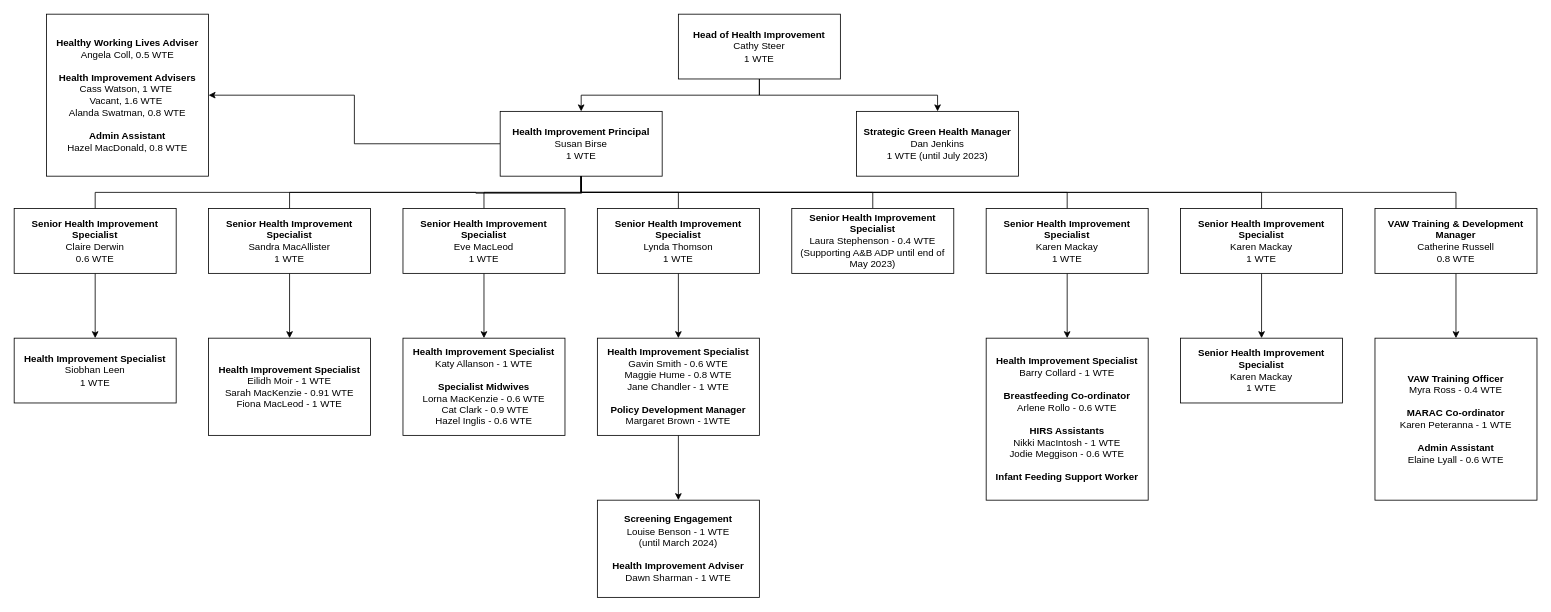
The draw.io diagram Untitled Diagram.drawio in barrycollard/staffOrgChart, before the edit. Source tidied: cells renumbered, new cells numbered last; positions are measured from the earlier drawing's top-left corner, leaving out a move shared by most shapes. Both pictures are drawn from the tidied source at 81%, with x=0, y=0 at pixel (14, 14).
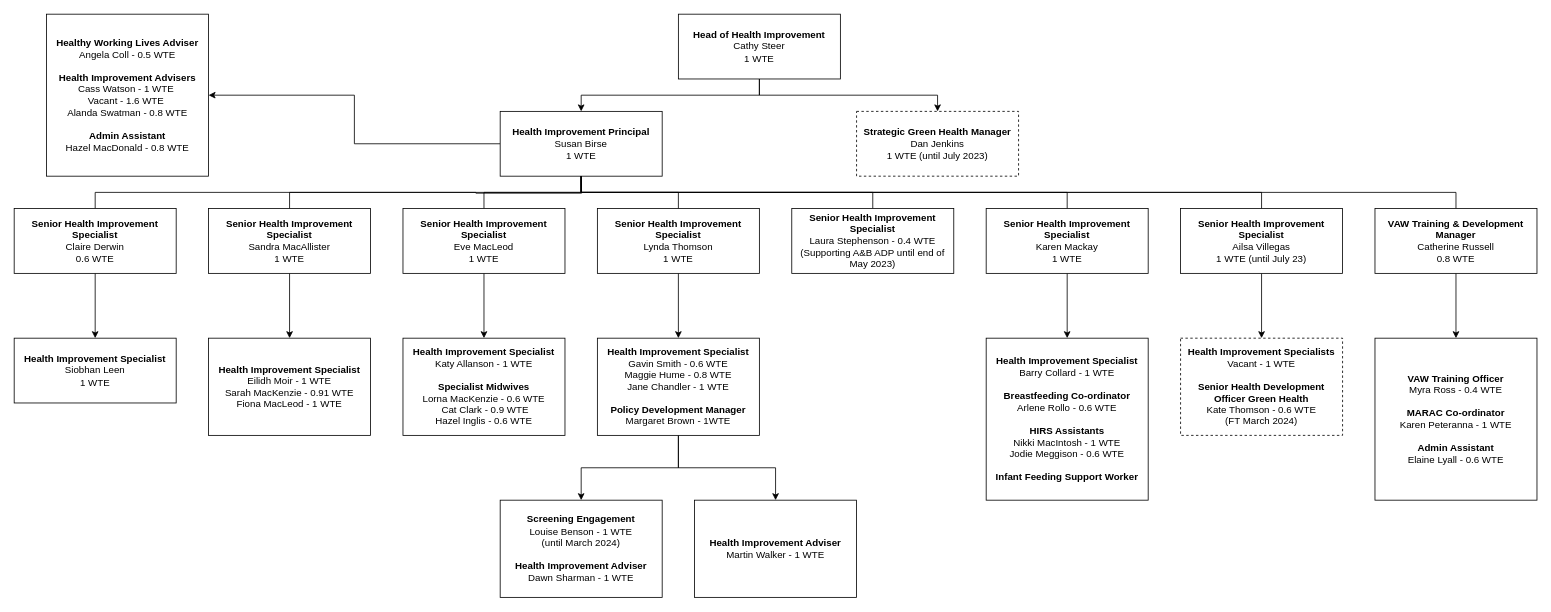
Above is the later version.

Commit message:
All nodes added

Unchanged cells that the change refers to:
```xml
<mxCell id="30" value="&lt;div&gt;&lt;b&gt;Health Improvement Specialist&lt;/b&gt;&lt;/div&gt;&lt;div&gt;Gavin Smith - 0.6 WTE&lt;/div&gt;&lt;div&gt;Maggie Hume - 0.8 WTE&lt;/div&gt;&lt;div&gt;Jane Chandler - 1 WTE&lt;/div&gt;&lt;div&gt;&lt;b&gt;&lt;br&gt;&lt;/b&gt;&lt;/div&gt;&lt;div&gt;&lt;b&gt;Policy Development Manager&lt;/b&gt;&lt;/div&gt;&lt;div&gt;Margaret Brown - 1WTE&lt;/div&gt;" style="rounded=0;whiteSpace=wrap;html=1;" parent="1" vertex="1">
  <mxGeometry x="720" y="400" width="200" height="120" as="geometry" />
</mxCell>
```

What changed in the source:
```diff
@@
-    <mxCell id="7" value="&lt;b&gt;Strategic Green Health Manager&lt;br&gt;&lt;/b&gt;Dan Jenkins&lt;br&gt;1 WTE (until July 2023)" style="rounded=0;whiteSpace=wrap;html=1;align=center;" parent="1" vertex="1">
+    <mxCell id="7" value="&lt;b&gt;Strategic Green Health Manager&lt;br&gt;&lt;/b&gt;Dan Jenkins&lt;br&gt;1 WTE (until July 2023)" style="rounded=0;whiteSpace=wrap;html=1;align=center;dashed=1;" parent="1" vertex="1">
       <mxGeometry x="1040" y="120" width="200" height="80" as="geometry" />
     </mxCell>
-    <mxCell id="8" value="&lt;div&gt;&lt;b&gt;Healthy Working Lives Adviser&lt;/b&gt;&lt;/div&gt;&lt;div&gt;Angela Coll, 0.5 WTE&lt;/div&gt;&lt;div&gt;&lt;br&gt;&lt;/div&gt;&lt;div&gt;&lt;b&gt;Health Improvement Advisers&lt;/b&gt;&lt;/div&gt;&lt;div&gt;Cass Watson, 1 WTE&amp;nbsp;&lt;/div&gt;&lt;div&gt;Vacant, 1.6 WTE&amp;nbsp;&lt;/div&gt;&lt;div&gt;Alanda Swatman, 0.8 WTE&lt;/div&gt;&lt;div&gt;&lt;br&gt;&lt;/div&gt;&lt;div&gt;&lt;b&gt;Admin Assistant&lt;/b&gt;&lt;/div&gt;&lt;div&gt;Hazel MacDonald, 0.8 WTE&lt;/div&gt;" style="rounded=0;whiteSpace=wrap;html=1;" parent="1" vertex="1">
+    <mxCell id="8" value="&lt;div&gt;&lt;b&gt;Healthy Working Lives Adviser&lt;/b&gt;&lt;/div&gt;&lt;div&gt;Angela Coll - 0.5 WTE&lt;/div&gt;&lt;div&gt;&lt;br&gt;&lt;/div&gt;&lt;div&gt;&lt;b&gt;Health Improvement Advisers&lt;/b&gt;&lt;/div&gt;&lt;div&gt;Cass Watson - 1 WTE&amp;nbsp;&lt;/div&gt;&lt;div&gt;Vacant - 1.6 WTE&amp;nbsp;&lt;/div&gt;&lt;div&gt;Alanda Swatman - 0.8 WTE&lt;/div&gt;&lt;div&gt;&lt;br&gt;&lt;/div&gt;&lt;div&gt;&lt;b&gt;Admin Assistant&lt;/b&gt;&lt;/div&gt;&lt;div&gt;Hazel MacDonald - 0.8 WTE&lt;/div&gt;" style="rounded=0;whiteSpace=wrap;html=1;" parent="1" vertex="1">
       <mxGeometry x="40" width="200" height="200" as="geometry" />
     </mxCell>
@@
+    <mxCell id="41" style="edgeStyle=orthogonalEdgeStyle;rounded=0;jettySize=auto;html=1;" parent="1" edge="1" source="30" target="42">
+      <mxGeometry relative="1" as="geometry" />
+    </mxCell>
@@
     <mxCell id="32" value="&lt;div&gt;&lt;b&gt;Screening Engagement&lt;/b&gt;&lt;/div&gt;&lt;div&gt;Louise Benson - 1 WTE&lt;br&gt;(until March 2024)&lt;/div&gt;&lt;div&gt;&lt;b&gt;&lt;br&gt;&lt;/b&gt;&lt;/div&gt;&lt;div&gt;&lt;b&gt;Health Improvement Adviser&lt;/b&gt;&lt;/div&gt;&lt;div&gt;Dawn Sharman - 1 WTE&lt;/div&gt;" style="rounded=0;whiteSpace=wrap;html=1;" parent="1" vertex="1">
-      <mxGeometry x="720" y="600" width="200" height="120" as="geometry" />
+      <mxGeometry x="600" y="600" width="200" height="120" as="geometry" />
     </mxCell>
@@
-    <mxCell id="35" value="&lt;div&gt;&lt;b&gt;Senior Health Improvement Specialist&lt;/b&gt;&lt;/div&gt;&lt;div&gt;Karen Mackay&lt;/div&gt;&lt;div&gt;1 WTE&lt;/div&gt;" style="rounded=0;whiteSpace=wrap;html=1;" parent="1" vertex="1">
+    <mxCell id="35" value="&lt;div&gt;&lt;b&gt;Senior Health Improvement Specialist&lt;/b&gt;&lt;/div&gt;&lt;div&gt;&lt;div&gt;Ailsa Villegas&lt;/div&gt;&lt;div&gt;1 WTE (until July 23)&lt;/div&gt;&lt;/div&gt;" style="rounded=0;whiteSpace=wrap;html=1;" parent="1" vertex="1">
       <mxGeometry x="1440" y="240" width="200" height="80" as="geometry" />
     </mxCell>
@@
-    <mxCell id="39" value="&lt;div&gt;&lt;b&gt;Senior Health Improvement Specialist&lt;/b&gt;&lt;/div&gt;&lt;div&gt;Karen Mackay&lt;/div&gt;&lt;div&gt;1 WTE&lt;/div&gt;" style="rounded=0;whiteSpace=wrap;html=1;" parent="1" vertex="1">
-      <mxGeometry x="1440" y="400" width="200" height="80" as="geometry" />
+    <mxCell id="39" value="&lt;div&gt;&lt;b&gt;Health Improvement Specialists&lt;/b&gt;&lt;/div&gt;&lt;div&gt;Vacant - 1 WTE&lt;/div&gt;&lt;div&gt;&lt;br&gt;&lt;/div&gt;&lt;div&gt;&lt;b&gt;Senior Health Development Officer Green Health&lt;/b&gt;&lt;/div&gt;&lt;div&gt;Kate Thomson - 0.6 WTE&lt;br&gt;(FT March 2024)&lt;/div&gt;" style="rounded=0;whiteSpace=wrap;html=1;dashed=1;" parent="1" vertex="1">
+      <mxGeometry x="1440" y="400" width="200" height="120" as="geometry" />
     </mxCell>
@@
+    <mxCell id="42" value="&lt;div&gt;&lt;b&gt;Health Improvement Adviser&lt;/b&gt;&lt;/div&gt;&lt;div&gt;Martin Walker - 1 WTE&lt;/div&gt;" style="rounded=0;whiteSpace=wrap;html=1;" parent="1" vertex="1">
+      <mxGeometry x="840" y="600" width="200" height="120" as="geometry" />
+    </mxCell>
```
